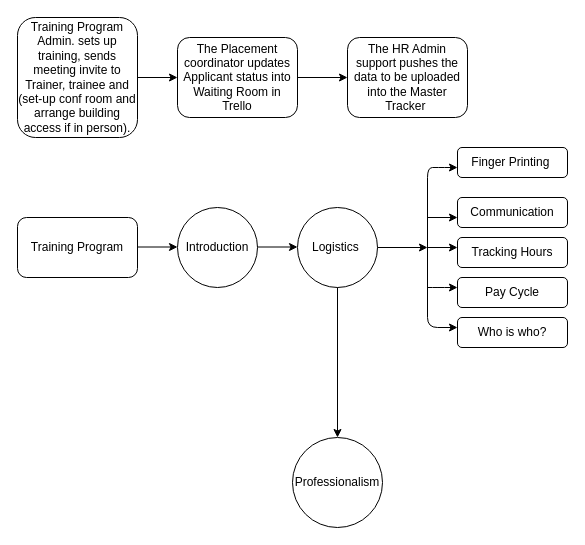
The draw.io diagram Training Diagram.drawio in MatzKing/share-course, before the edit. Source tidied: cells renumbered, new cells numbered last; positions are measured from the earlier drawing's top-left corner, leaving out a move shared by most shapes. Both pictures are drawn from the tidied source at 100%, with x=0, y=0 at pixel (17, 17).
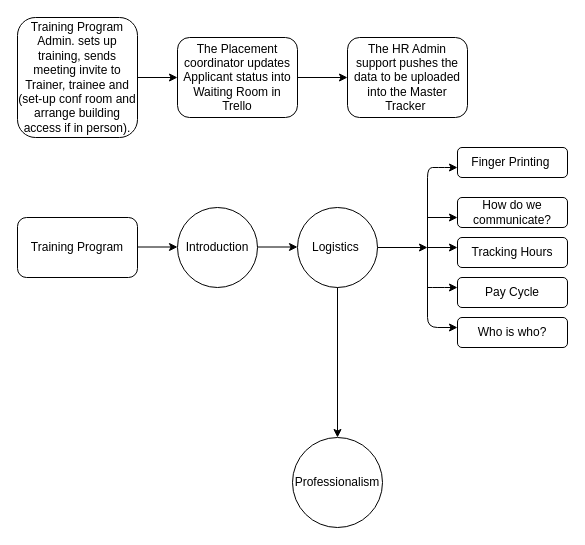
Above is the later version.

Diff of the diagram source:
```diff
@@
-    <mxCell id="17" value="Communication" style="rounded=1;whiteSpace=wrap;html=1;" parent="1" vertex="1">
+    <mxCell id="17" value="How do we communicate?" style="rounded=1;whiteSpace=wrap;html=1;" parent="1" vertex="1">
       <mxGeometry x="440" y="180" width="110" height="30" as="geometry" />
     </mxCell>
```
